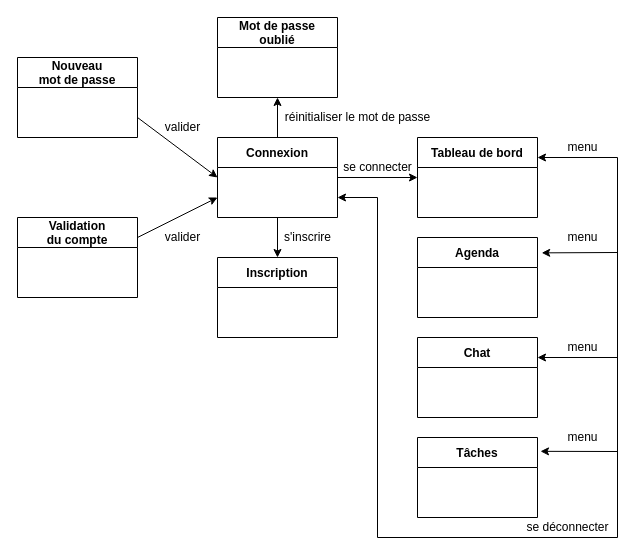
melacod/MelanieKlein_10_22122021 keeps this draw.io diagram as communication-pages-application.drawio. Above is the earlier version. Source tidied: cells renumbered, new cells numbered last; positions are measured from the earlier drawing's top-left corner, leaving out a move shared by most shapes. Both pictures are drawn from the tidied source at 100%, with x=0, y=0 at pixel (17, 17).
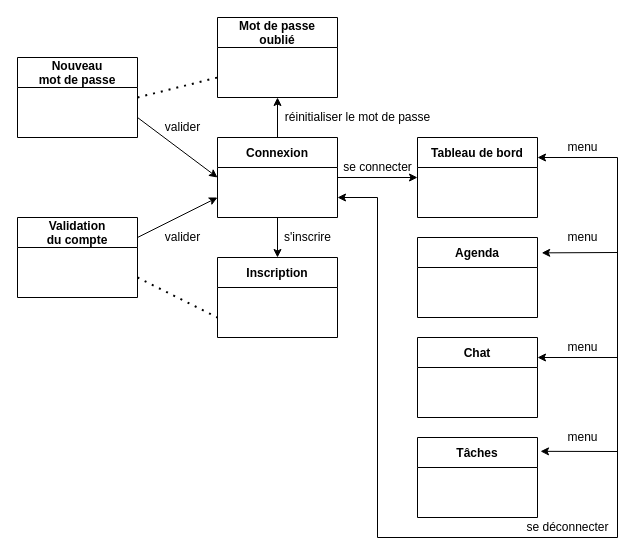
Above is the later version.

Commit message (it also covers changes not shown here):
Mise a jour schema pages application

The change refers to these unchanged cells:
```xml
<mxCell id="9" value="Inscription" style="swimlane;startSize=30;" parent="1" vertex="1">
  <mxGeometry x="200" y="240" width="120" height="80" as="geometry" />
</mxCell>
<mxCell id="12" value="Mot de passe &#10;oublié" style="swimlane;startSize=30;" parent="1" vertex="1">
  <mxGeometry x="200" width="120" height="80" as="geometry" />
</mxCell>
<mxCell id="15" value="Nouveau &#10;mot de passe" style="swimlane;startSize=30;" parent="1" vertex="1">
  <mxGeometry y="40" width="120" height="80" as="geometry" />
</mxCell>
<mxCell id="17" value="Validation&#10;du compte" style="swimlane;startSize=30;" parent="1" vertex="1">
  <mxGeometry y="200" width="120" height="80" as="geometry" />
</mxCell>
```

Diff of the diagram source:
```diff
@@
+    <mxCell id="34" style="endArrow=none;dashed=1;html=1;dashPattern=1 3;strokeWidth=2;rounded=0;entryX=0;entryY=0.75;entryDx=0;entryDy=0;exitX=1;exitY=0.75;exitDx=0;exitDy=0;" parent="1" edge="1" source="17" target="9">
+      <mxGeometry relative="1" as="geometry" />
+    </mxCell>
+    <mxCell id="35" style="endArrow=none;dashed=1;html=1;dashPattern=1 3;strokeWidth=2;rounded=0;entryX=0;entryY=0.75;entryDx=0;entryDy=0;exitX=1;exitY=0.5;exitDx=0;exitDy=0;" parent="1" edge="1" source="15" target="12">
+      <mxGeometry relative="1" as="geometry" />
+    </mxCell>
```
